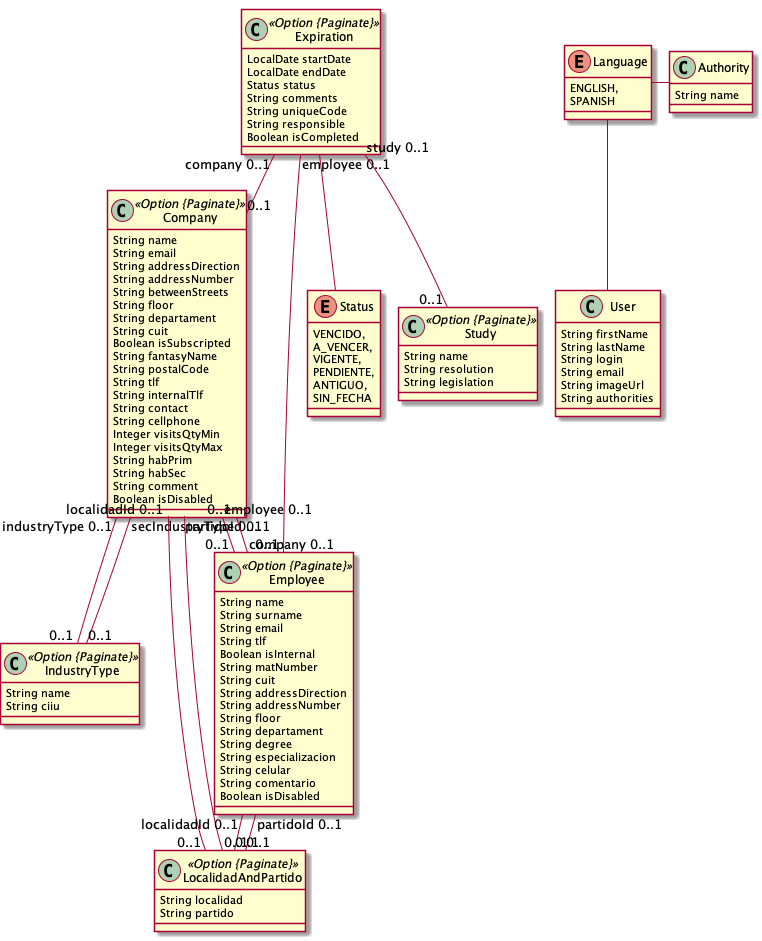
The PlantUML diagram BaseSepa.png in SepaSoporteIt/SEPA_APP_REACT, before a commit.
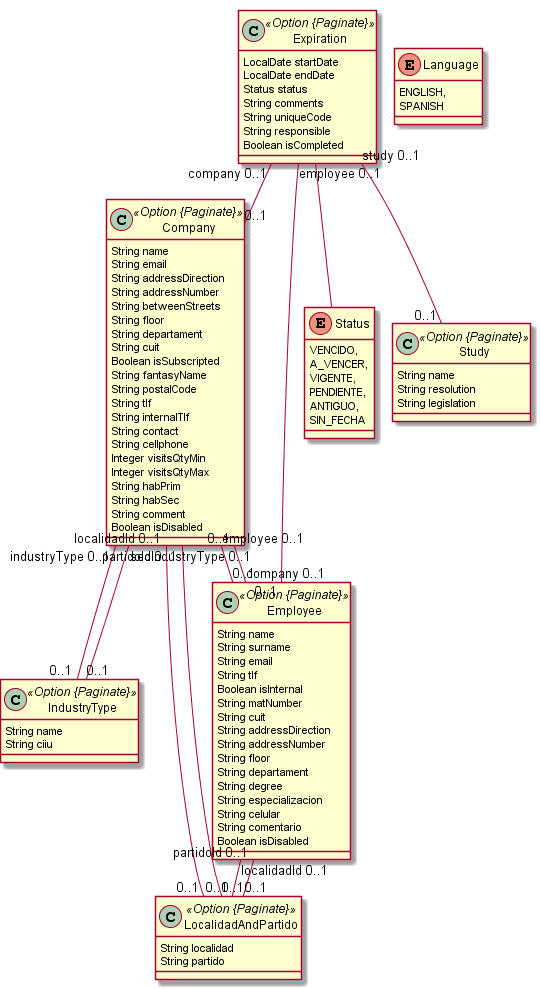
The same diagram one commit later.

The edit, as a diff of the source:
```diff
@@ -88,15 +88,4 @@
 	Expiration  "company 0..1 " -- "0..1 "  Company
 	Expiration  "employee 0..1 " -- "0..1 "  Employee
 	Expiration  "study 0..1 " -- "0..1 "  Study
-	class Authority  {
-		String name
-	}
-	class User  {
-		String firstName
-		String lastName
-		String login
-		String email
-		String imageUrl
-		String authorities
-	}
 @enduml
```
